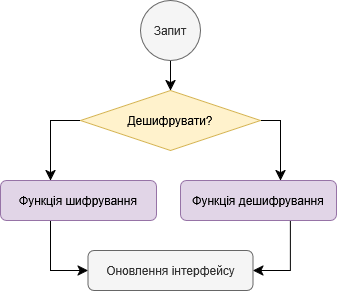
Above: 41BZ Bezpeka ta zahyst program/K/image/process.drawio.png in seesmof/University-Universytet (draw.io), before the change. Source tidied: cells renumbered, new cells last; positions are measured from the earlier drawing's top-left corner, leaving out a move shared by most shapes. The source it was exported from:
```xml
<mxGraphModel>
  <root>
    <mxCell id="0" />
    <mxCell id="1" parent="0" />
    <mxCell id="2" style="edgeStyle=orthogonalEdgeStyle;rounded=0;jettySize=auto;html=1;fontSize=12;startSize=8;endSize=8;" parent="1" edge="1" source="3" target="6">
      <mxGeometry relative="1" as="geometry">
        <Array as="points">
          <mxPoint x="50" y="270" />
        </Array>
      </mxGeometry>
    </mxCell>
    <mxCell id="3" value="Функція шифрування" style="rounded=1;whiteSpace=wrap;html=1;fillColor=#e1d5e7;strokeColor=#9673a6;" parent="1" vertex="1">
      <mxGeometry y="180" width="156" height="40" as="geometry" />
    </mxCell>
    <mxCell id="4" style="edgeStyle=orthogonalEdgeStyle;rounded=0;jettySize=auto;html=1;fontSize=12;startSize=8;endSize=8;" parent="1" edge="1" source="5" target="6">
      <mxGeometry relative="1" as="geometry">
        <Array as="points">
          <mxPoint x="290" y="270" />
        </Array>
      </mxGeometry>
    </mxCell>
    <mxCell id="5" value="Функція дешифрування" style="rounded=1;whiteSpace=wrap;html=1;fillColor=#e1d5e7;strokeColor=#9673a6;" parent="1" vertex="1">
      <mxGeometry x="180" y="180" width="156" height="40" as="geometry" />
    </mxCell>
    <mxCell id="6" value="Оновлення інтерфейсу" style="rounded=1;whiteSpace=wrap;html=1;fillColor=#f5f5f5;strokeColor=#666666;fontColor=#333333;" parent="1" vertex="1">
      <mxGeometry x="87.5" y="250" width="165" height="40" as="geometry" />
    </mxCell>
    <mxCell id="7" style="edgeStyle=none;curved=1;rounded=0;jettySize=auto;html=1;fontSize=12;startSize=8;endSize=8;" parent="1" edge="1" source="8" target="11">
      <mxGeometry relative="1" as="geometry" />
    </mxCell>
    <mxCell id="8" value="Запит" style="ellipse;whiteSpace=wrap;html=1;fillColor=#f5f5f5;strokeColor=#666666;fontColor=#333333;" parent="1" vertex="1">
      <mxGeometry x="140" width="60" height="60" as="geometry" />
    </mxCell>
    <mxCell id="9" style="edgeStyle=orthogonalEdgeStyle;rounded=0;jettySize=auto;html=1;fontSize=12;startSize=8;endSize=8;" parent="1" edge="1" source="11" target="5">
      <mxGeometry relative="1" as="geometry">
        <Array as="points">
          <mxPoint x="280" y="120" />
        </Array>
      </mxGeometry>
    </mxCell>
    <mxCell id="10" style="edgeStyle=orthogonalEdgeStyle;rounded=0;jettySize=auto;html=1;fontSize=12;startSize=8;endSize=8;" parent="1" edge="1" source="11" target="3">
      <mxGeometry relative="1" as="geometry">
        <Array as="points">
          <mxPoint x="50" y="120" />
        </Array>
      </mxGeometry>
    </mxCell>
    <mxCell id="11" value="Дешифрувати?" style="rhombus;whiteSpace=wrap;html=1;fillColor=#fff2cc;strokeColor=#d6b656;" parent="1" vertex="1">
      <mxGeometry x="80" y="90" width="180" height="60" as="geometry" />
    </mxCell>
  </root>
</mxGraphModel>
```
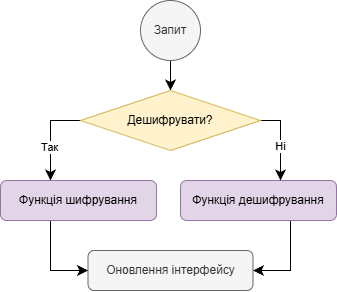
The same file after the commit.

Change to the diagram source:
```diff
@@ -38,6 +38,9 @@
         </Array>
       </mxGeometry>
     </mxCell>
+    <mxCell id="12" value="Ні" style="edgeLabel;html=1;align=center;verticalAlign=middle;" parent="9" vertex="1">
+      <mxGeometry x="0.15" relative="1" as="geometry" />
+    </mxCell>
     <mxCell id="10" style="edgeStyle=orthogonalEdgeStyle;rounded=0;jettySize=auto;html=1;fontSize=12;startSize=8;endSize=8;" parent="1" edge="1" source="11" target="3">
       <mxGeometry relative="1" as="geometry">
         <Array as="points">
@@ -45,6 +48,9 @@
         </Array>
       </mxGeometry>
     </mxCell>
+    <mxCell id="13" value="Так" style="edgeLabel;html=1;align=center;verticalAlign=middle;" parent="10" vertex="1">
+      <mxGeometry x="0.25" y="-1" relative="1" as="geometry" />
+    </mxCell>
     <mxCell id="11" value="Дешифрувати?" style="rhombus;whiteSpace=wrap;html=1;fillColor=#fff2cc;strokeColor=#d6b656;" parent="1" vertex="1">
       <mxGeometry x="80" y="90" width="180" height="60" as="geometry" />
     </mxCell>
```
